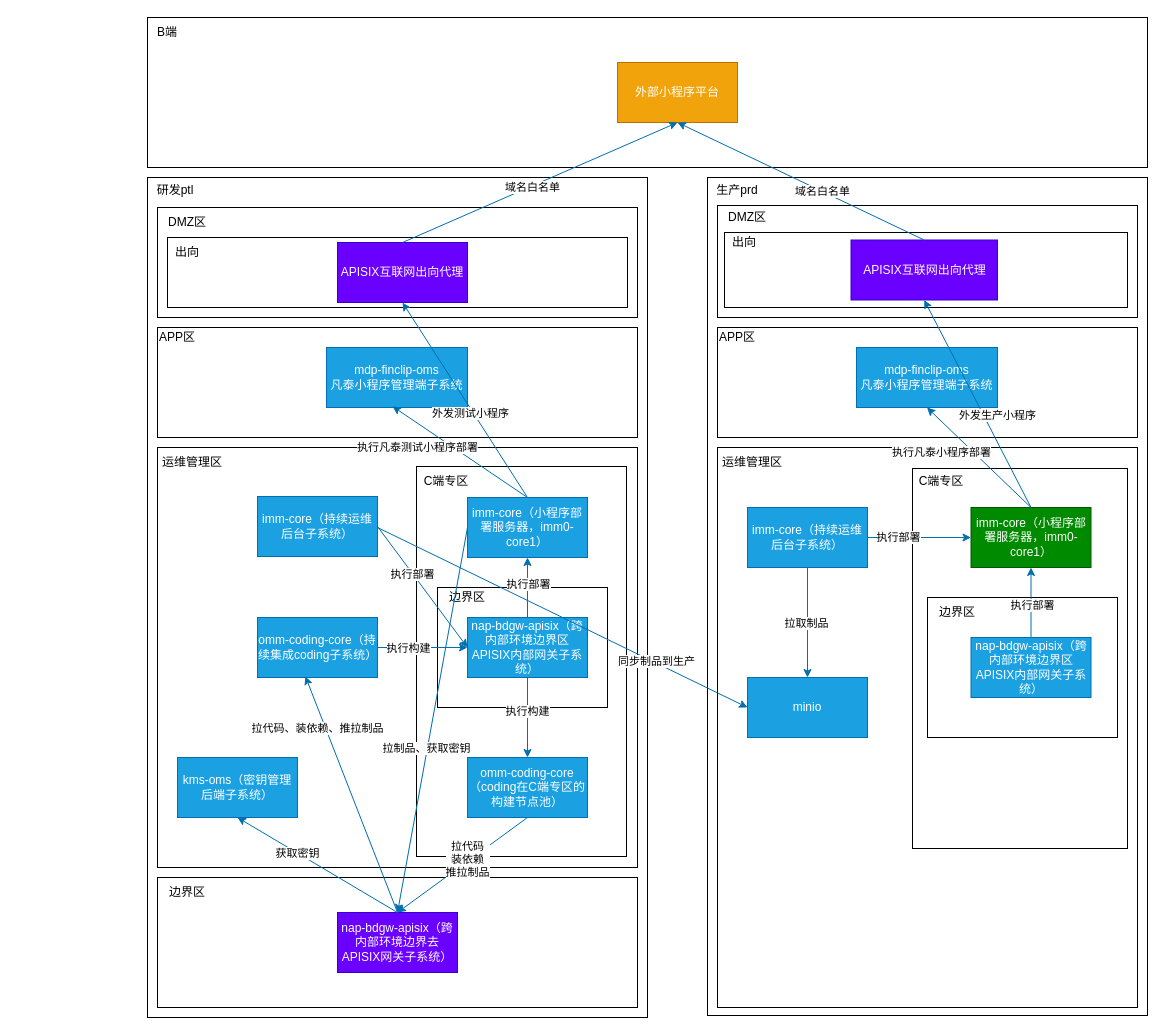
Before: 小程序部署架构图--生产搭C端专区.drawio in lao-chengyong/-, a draw.io diagram. Source tidied: cells renumbered, new cells numbered last; positions are measured from the earlier drawing's top-left corner, leaving out a move shared by most shapes. Both pictures are drawn from the tidied source at 100%, with x=0, y=0 at pixel (137, 17).
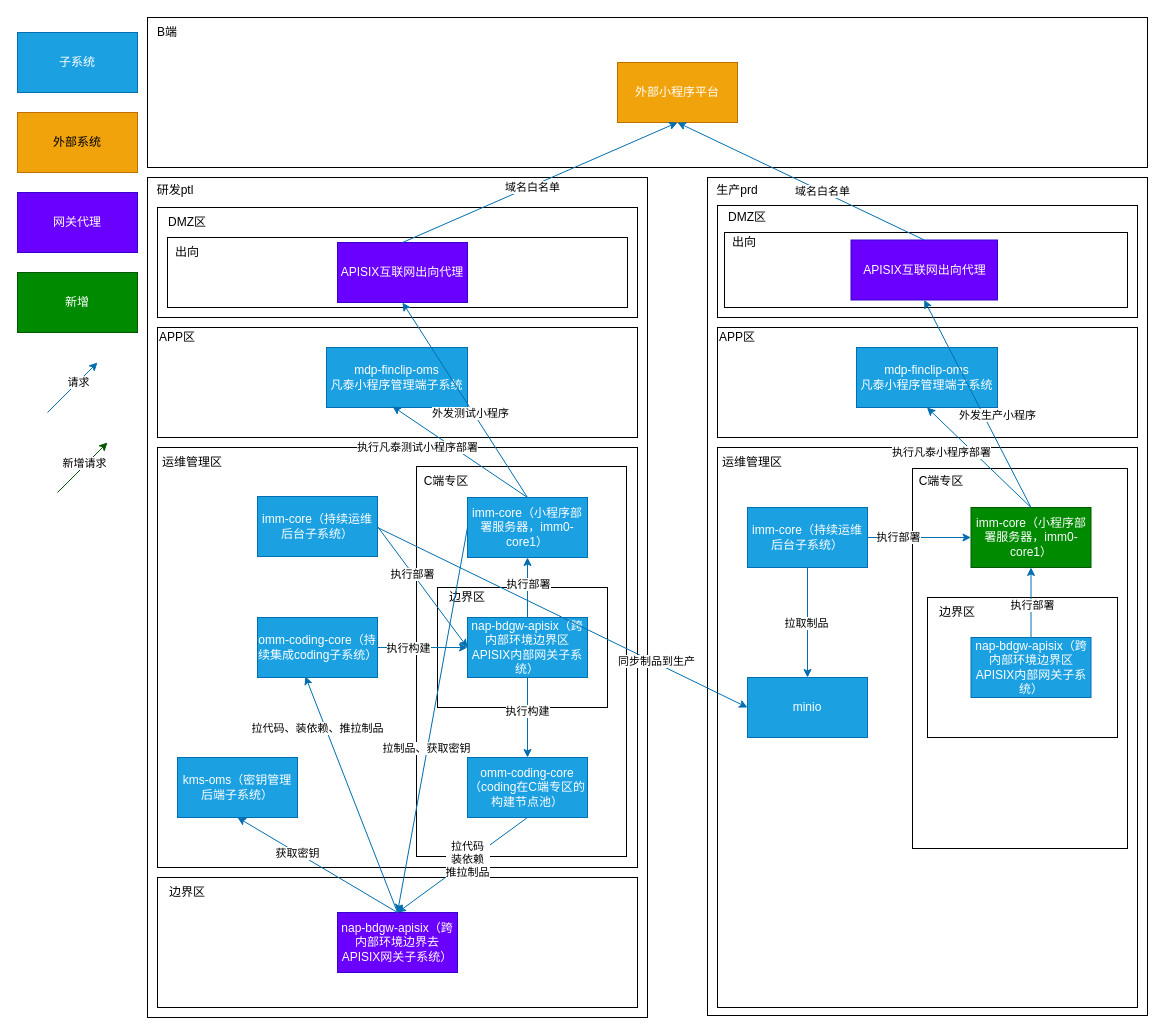
Above is the later version.

Commit message:
更新小程序部署架构图--生产搭C端专区.drawio

Diff of the diagram source:
```diff
@@
+    <mxCell id="87" value="子系统" style="rounded=0;whiteSpace=wrap;html=1;fillColor=#1ba1e2;fontColor=#ffffff;strokeColor=#006EAF;" parent="1" vertex="1">
+      <mxGeometry x="-120" y="15" width="120" height="60" as="geometry" />
+    </mxCell>
+    <mxCell id="88" value="外部系统" style="rounded=0;whiteSpace=wrap;html=1;fillColor=#f0a30a;fontColor=#000000;strokeColor=#BD7000;" parent="1" vertex="1">
+      <mxGeometry x="-120" y="95" width="120" height="60" as="geometry" />
+    </mxCell>
+    <mxCell id="89" value="网关代理" style="rounded=0;whiteSpace=wrap;html=1;fillColor=#6a00ff;fontColor=#ffffff;strokeColor=#3700CC;" parent="1" vertex="1">
+      <mxGeometry x="-120" y="175" width="120" height="60" as="geometry" />
+    </mxCell>
+    <mxCell id="90" value="新增" style="rounded=0;whiteSpace=wrap;html=1;fillColor=#008a00;fontColor=#ffffff;strokeColor=#005700;" parent="1" vertex="1">
+      <mxGeometry x="-120" y="255" width="120" height="60" as="geometry" />
+    </mxCell>
+    <mxCell id="91" style="endArrow=classic;html=1;rounded=0;fillColor=#1ba1e2;strokeColor=#006EAF;" parent="1" edge="1">
+      <mxGeometry relative="1" as="geometry">
+        <mxPoint x="-90" y="395" as="sourcePoint" />
+        <mxPoint x="-40" y="345" as="targetPoint" />
+      </mxGeometry>
+    </mxCell>
+    <mxCell id="92" value="请求" style="edgeLabel;html=1;align=center;verticalAlign=middle;" parent="91" vertex="1">
+      <mxGeometry x="-0.14" y="10" relative="1" as="geometry">
+        <mxPoint x="16" y="-2" as="offset" />
+      </mxGeometry>
+    </mxCell>
+    <mxCell id="93" style="endArrow=classic;html=1;rounded=0;fillColor=#008a00;strokeColor=#005700;" parent="1" edge="1">
+      <mxGeometry relative="1" as="geometry">
+        <mxPoint x="-80" y="475" as="sourcePoint" />
+        <mxPoint x="-30" y="425" as="targetPoint" />
+      </mxGeometry>
+    </mxCell>
+    <mxCell id="94" value="新增请求" style="edgeLabel;html=1;align=center;verticalAlign=middle;" parent="93" vertex="1">
+      <mxGeometry x="-0.14" y="-6" relative="1" as="geometry">
+        <mxPoint x="1" y="-13" as="offset" />
+      </mxGeometry>
+    </mxCell>
```
